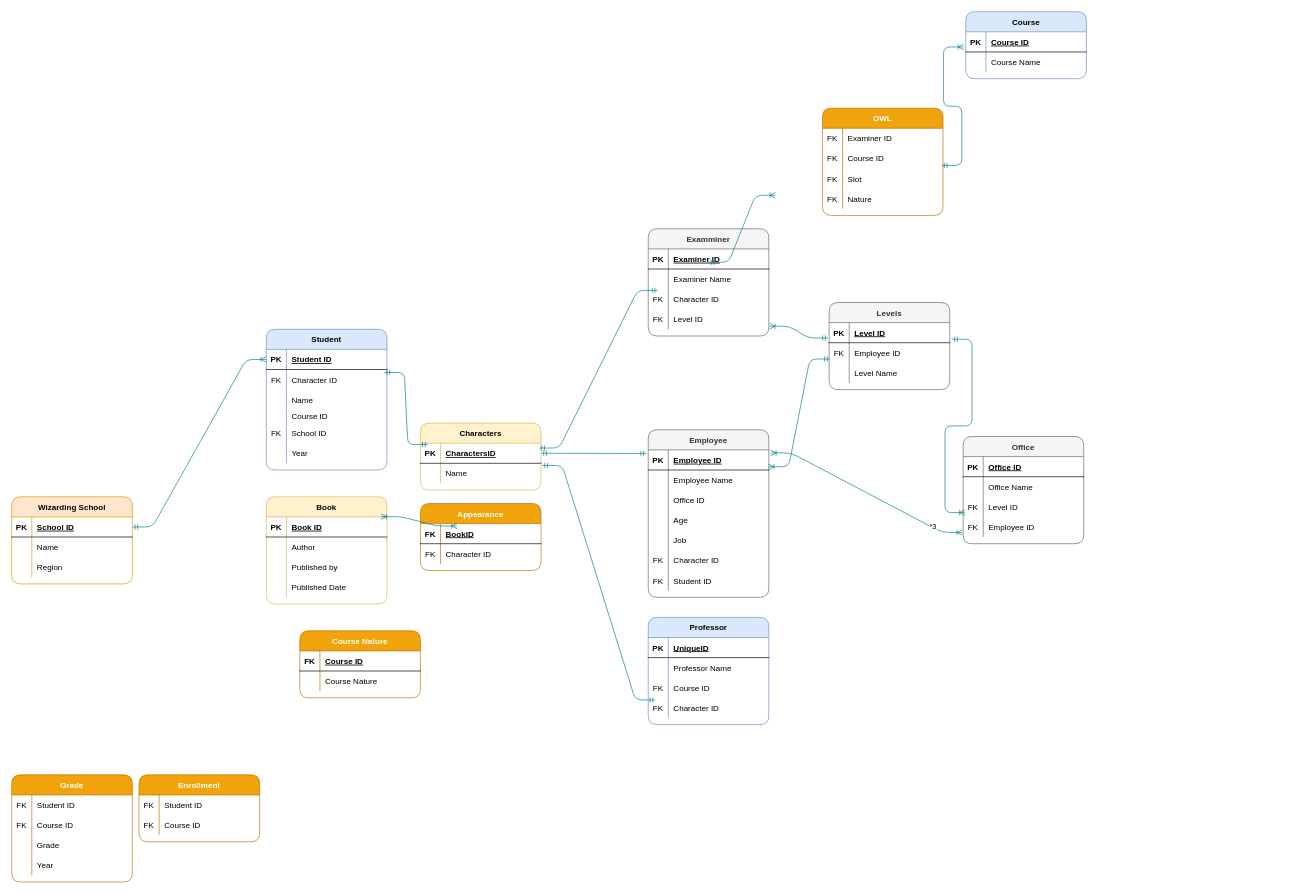
The draw.io diagram LabExam-ERD.drawio in mans00rahmed/Introduction-To-Databse-Lab, before the edit. Source tidied: cells renumbered, new cells numbered last; positions are measured from the earlier drawing's top-left corner, leaving out a move shared by most shapes. Both pictures are drawn from the tidied source at 67%, with x=0, y=0 at pixel (11, 11).
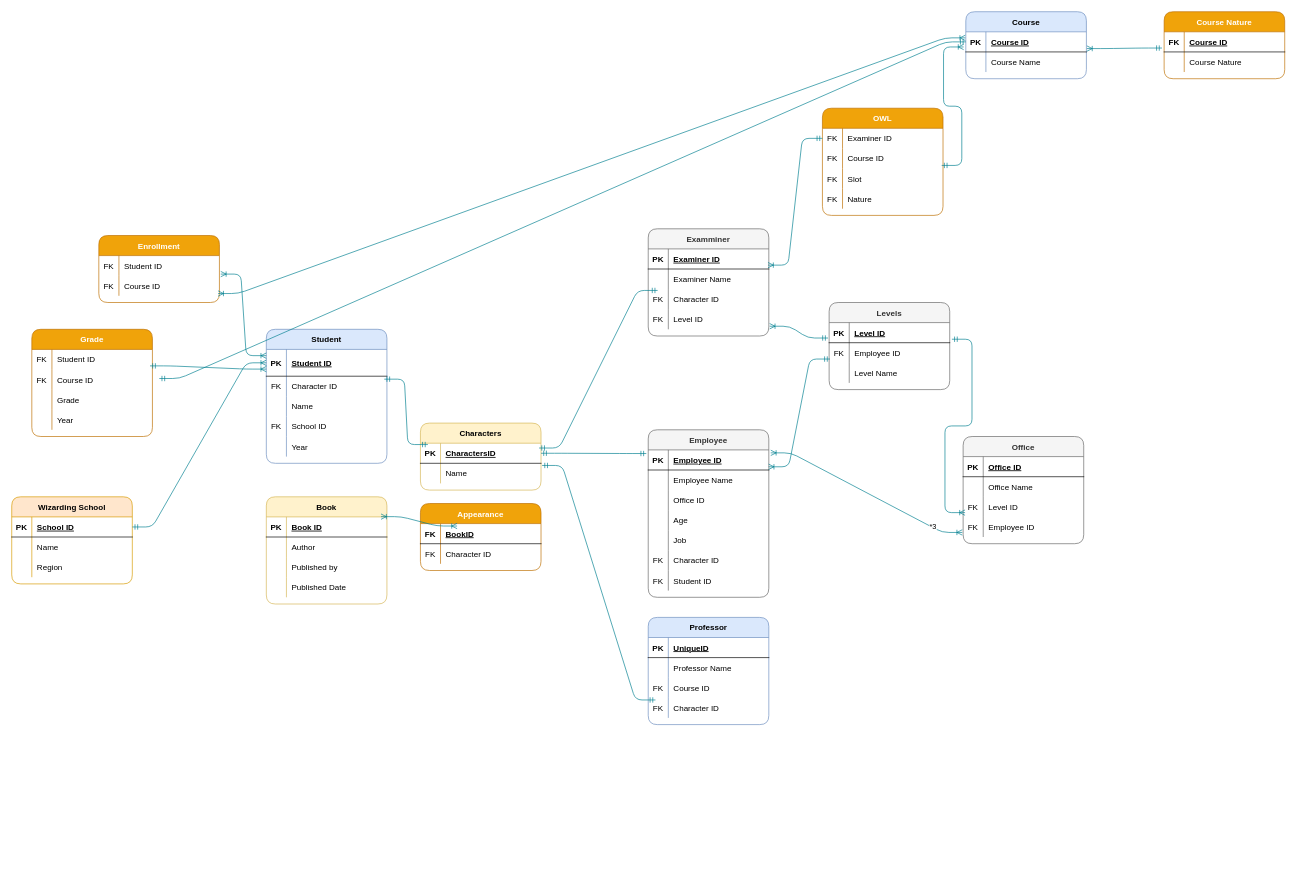
The same diagram, later.

Unchanged cells that the change refers to:
```xml
<mxCell id="59" style="shape=partialRectangle;fillColor=none;top=0;left=0;bottom=1;right=0;points=[[0,0.5],[1,0.5]];portConstraint=eastwest;rounded=1;" parent="58" vertex="1">
  <mxGeometry y="30" width="180" height="30" as="geometry" />
</mxCell>
<mxCell id="66" style="shape=partialRectangle;fillColor=none;top=0;left=0;bottom=1;right=0;points=[[0,0.5],[1,0.5]];portConstraint=eastwest;rounded=1;" parent="65" vertex="1">
  <mxGeometry y="30" width="180" height="30" as="geometry" />
</mxCell>
<mxCell id="86" style="shape=partialRectangle;fillColor=none;top=0;left=0;bottom=0;right=0;points=[[0,0.5],[1,0.5]];portConstraint=eastwest;rounded=1;" parent="85" vertex="1">
  <mxGeometry y="30" width="180" height="30" as="geometry" />
</mxCell>
<mxCell id="89" style="shape=partialRectangle;fillColor=none;top=0;left=0;bottom=0;right=0;points=[[0,0.5],[1,0.5]];portConstraint=eastwest;rounded=1;" parent="85" vertex="1">
  <mxGeometry y="60" width="180" height="30" as="geometry" />
</mxCell>
<mxCell id="144" style="shape=partialRectangle;fillColor=none;top=0;left=0;bottom=0;right=0;points=[[0,0.5],[1,0.5]];portConstraint=eastwest;rounded=1;" parent="143" vertex="1">
  <mxGeometry y="30" width="180" height="30" as="geometry" />
</mxCell>
<mxCell id="147" style="shape=partialRectangle;fillColor=none;top=0;left=0;bottom=0;right=0;points=[[0,0.5],[1,0.5]];portConstraint=eastwest;rounded=1;" parent="143" vertex="1">
  <mxGeometry y="60" width="180" height="30" as="geometry" />
</mxCell>
<mxCell id="151" style="shape=partialRectangle;fillColor=none;top=0;left=0;bottom=0;right=0;points=[[0,0.5],[1,0.5]];portConstraint=eastwest;rounded=1;" parent="150" vertex="1">
  <mxGeometry y="30" width="180" height="30" as="geometry" />
</mxCell>
<mxCell id="164" style="shape=partialRectangle;fillColor=none;top=0;left=0;bottom=1;right=0;points=[[0,0.5],[1,0.5]];portConstraint=eastwest;rounded=1;" parent="163" vertex="1">
  <mxGeometry y="30" width="180" height="30" as="geometry" />
</mxCell>
```

Diff of the diagram source:
```diff
@@
     <mxCell id="39" value="Student" style="shape=table;startSize=30;childLayout=tableLayout;rowLines=0;fontStyle=1;align=center;fillColor=#dae8fc;strokeColor=#6c8ebf;rounded=1;" parent="1" vertex="1">
-      <mxGeometry x="380" y="474" width="180" height="210" as="geometry" />
+      <mxGeometry x="380" y="474" width="180" height="200" as="geometry" />
     </mxCell>
     <mxCell id="40" style="shape=partialRectangle;fillColor=none;top=0;left=0;bottom=1;right=0;points=[[0,0.5],[1,0.5]];portConstraint=eastwest;rounded=1;" parent="39" vertex="1">
-      <mxGeometry y="30" width="180" height="30" as="geometry" />
+      <mxGeometry y="30" width="180" height="40" as="geometry" />
     </mxCell>
     <mxCell id="41" value="PK" style="shape=partialRectangle;fillColor=none;top=0;left=0;bottom=0;right=0;fontStyle=1;overflow=hidden;rounded=1;" parent="40" vertex="1">
-      <mxGeometry width="30" height="30" as="geometry" />
+      <mxGeometry width="30" height="40" as="geometry" />
     </mxCell>
     <mxCell id="42" value="Student ID" style="shape=partialRectangle;fillColor=none;top=0;left=0;bottom=0;right=0;align=left;spacingLeft=6;fontStyle=5;overflow=hidden;rounded=1;" parent="40" vertex="1">
-      <mxGeometry x="30" width="150" height="30" as="geometry" />
+      <mxGeometry x="30" width="150" height="40" as="geometry" />
     </mxCell>
     <mxCell id="43" style="shape=partialRectangle;fillColor=none;top=0;left=0;bottom=0;right=0;points=[[0,0.5],[1,0.5]];portConstraint=eastwest;rounded=1;" parent="39" vertex="1">
-      <mxGeometry y="60" width="180" height="30" as="geometry" />
+      <mxGeometry y="70" width="180" height="30" as="geometry" />
     </mxCell>
@@
     <mxCell id="46" style="shape=partialRectangle;fillColor=none;top=0;left=0;bottom=0;right=0;rounded=1;" parent="39" vertex="1">
-      <mxGeometry y="90" width="180" height="30" as="geometry" />
+      <mxGeometry y="100" width="180" height="30" as="geometry" />
     </mxCell>
@@
-    <mxCell id="49" style="shape=partialRectangle;fillColor=none;top=0;left=0;bottom=0;right=0;rounded=1;" parent="39" vertex="1">
-      <mxGeometry y="120" width="180" height="20" as="geometry" />
-    </mxCell>
-    <mxCell id="50" style="shape=partialRectangle;fillColor=none;top=0;left=0;bottom=0;right=0;overflow=hidden;rounded=1;" parent="49" vertex="1">
-      <mxGeometry width="30" height="20" as="geometry" />
-    </mxCell>
-    <mxCell id="51" value="Course ID" style="shape=partialRectangle;fillColor=none;top=0;left=0;bottom=0;right=0;align=left;spacingLeft=6;overflow=hidden;rounded=1;" parent="49" vertex="1">
-      <mxGeometry x="30" width="150" height="20" as="geometry" />
-    </mxCell>
     <mxCell id="52" style="shape=partialRectangle;fillColor=none;top=0;left=0;bottom=0;right=0;rounded=1;" parent="39" vertex="1">
-      <mxGeometry y="140" width="180" height="30" as="geometry" />
+      <mxGeometry y="130" width="180" height="30" as="geometry" />
     </mxCell>
@@
     <mxCell id="55" style="shape=partialRectangle;fillColor=none;top=0;left=0;bottom=0;right=0;rounded=1;" parent="39" vertex="1">
-      <mxGeometry y="170" width="180" height="30" as="geometry" />
+      <mxGeometry y="160" width="180" height="30" as="geometry" />
     </mxCell>
@@
     <mxCell id="65" value="Course Nature" style="shape=table;startSize=30;childLayout=tableLayout;rowLines=0;fontStyle=1;align=center;fillColor=#f0a30a;strokeColor=#BD7000;fontColor=#ffffff;rounded=1;" parent="1" vertex="1">
-      <mxGeometry x="430" y="924" width="180" height="100" as="geometry" />
+      <mxGeometry x="1720" width="180" height="100" as="geometry" />
     </mxCell>
@@
     <mxCell id="85" value="Grade" style="shape=table;startSize=30;childLayout=tableLayout;rowLines=0;fontStyle=1;align=center;fillColor=#f0a30a;strokeColor=#BD7000;fontColor=#ffffff;rounded=1;" parent="1" vertex="1">
-      <mxGeometry y="1139" width="180" height="160" as="geometry" />
+      <mxGeometry x="30" y="474" width="180" height="160" as="geometry" />
     </mxCell>
@@
     <mxCell id="143" value="Enrollment" style="shape=table;startSize=30;childLayout=tableLayout;rowLines=0;fontStyle=1;align=center;fillColor=#f0a30a;strokeColor=#BD7000;fontColor=#ffffff;rounded=1;" parent="1" vertex="1">
-      <mxGeometry x="190" y="1139" width="180" height="100" as="geometry" />
+      <mxGeometry x="130" y="334" width="180" height="100" as="geometry" />
     </mxCell>
@@
-    <mxCell id="188" style="edgeStyle=entityRelationEdgeStyle;fontSize=12;html=1;endArrow=ERoneToMany;startArrow=ERmandOne;strokeColor=#028090;fillColor=#F45B69;" parent="1" edge="1">
-      <mxGeometry relative="1" as="geometry">
-        <mxPoint x="1040" y="374" as="sourcePoint" />
-        <mxPoint x="1140" y="274" as="targetPoint" />
-      </mxGeometry>
+    <mxCell id="188" style="edgeStyle=entityRelationEdgeStyle;fontSize=12;html=1;endArrow=ERoneToMany;startArrow=ERmandOne;strokeColor=#028090;fillColor=#F45B69;entryX=0.993;entryY=0.807;entryDx=0;entryDy=0;entryPerimeter=0;exitX=0;exitY=0.5;exitDx=0;exitDy=0;" parent="1" edge="1" source="151" target="164">
+      <mxGeometry relative="1" as="geometry" />
     </mxCell>
+    <mxCell id="189" style="edgeStyle=entityRelationEdgeStyle;fontSize=12;html=1;endArrow=ERoneToMany;startArrow=ERmandOne;strokeColor=#028090;fillColor=#F45B69;entryX=1.004;entryY=0.833;entryDx=0;entryDy=0;entryPerimeter=0;exitX=-0.018;exitY=0.807;exitDx=0;exitDy=0;exitPerimeter=0;" parent="1" edge="1" source="66" target="59">
+      <mxGeometry relative="1" as="geometry" />
+    </mxCell>
+    <mxCell id="190" style="edgeStyle=entityRelationEdgeStyle;fontSize=12;html=1;endArrow=ERoneToMany;startArrow=ERoneToMany;strokeColor=#028090;fillColor=#F45B69;exitX=0;exitY=0.233;exitDx=0;exitDy=0;exitPerimeter=0;entryX=1.011;entryY=0.92;entryDx=0;entryDy=0;entryPerimeter=0;" parent="1" edge="1" source="40" target="144">
+      <mxGeometry relative="1" as="geometry" />
+    </mxCell>
+    <mxCell id="191" style="edgeStyle=entityRelationEdgeStyle;fontSize=12;html=1;endArrow=ERoneToMany;startArrow=ERoneToMany;strokeColor=#028090;fillColor=#F45B69;entryX=0.989;entryY=0.887;entryDx=0;entryDy=0;entryPerimeter=0;exitX=-0.004;exitY=0.3;exitDx=0;exitDy=0;exitPerimeter=0;" parent="1" edge="1" source="59" target="147">
+      <mxGeometry relative="1" as="geometry" />
+    </mxCell>
+    <mxCell id="192" style="edgeStyle=entityRelationEdgeStyle;fontSize=12;html=1;endArrow=ERoneToMany;startArrow=ERmandOne;strokeColor=#028090;fillColor=#F45B69;exitX=0.98;exitY=0.82;exitDx=0;exitDy=0;exitPerimeter=0;entryX=0;entryY=0.735;entryDx=0;entryDy=0;entryPerimeter=0;" parent="1" edge="1" source="86" target="40">
+      <mxGeometry relative="1" as="geometry" />
+    </mxCell>
+    <mxCell id="193" style="edgeStyle=entityRelationEdgeStyle;fontSize=12;html=1;endArrow=ERmandOne;startArrow=ERmandOne;strokeColor=#028090;fillColor=#F45B69;entryX=0;entryY=0.5;entryDx=0;entryDy=0;exitX=1.057;exitY=0.448;exitDx=0;exitDy=0;exitPerimeter=0;" parent="1" edge="1" source="89" target="59">
+      <mxGeometry relative="1" as="geometry" />
+    </mxCell>
```
